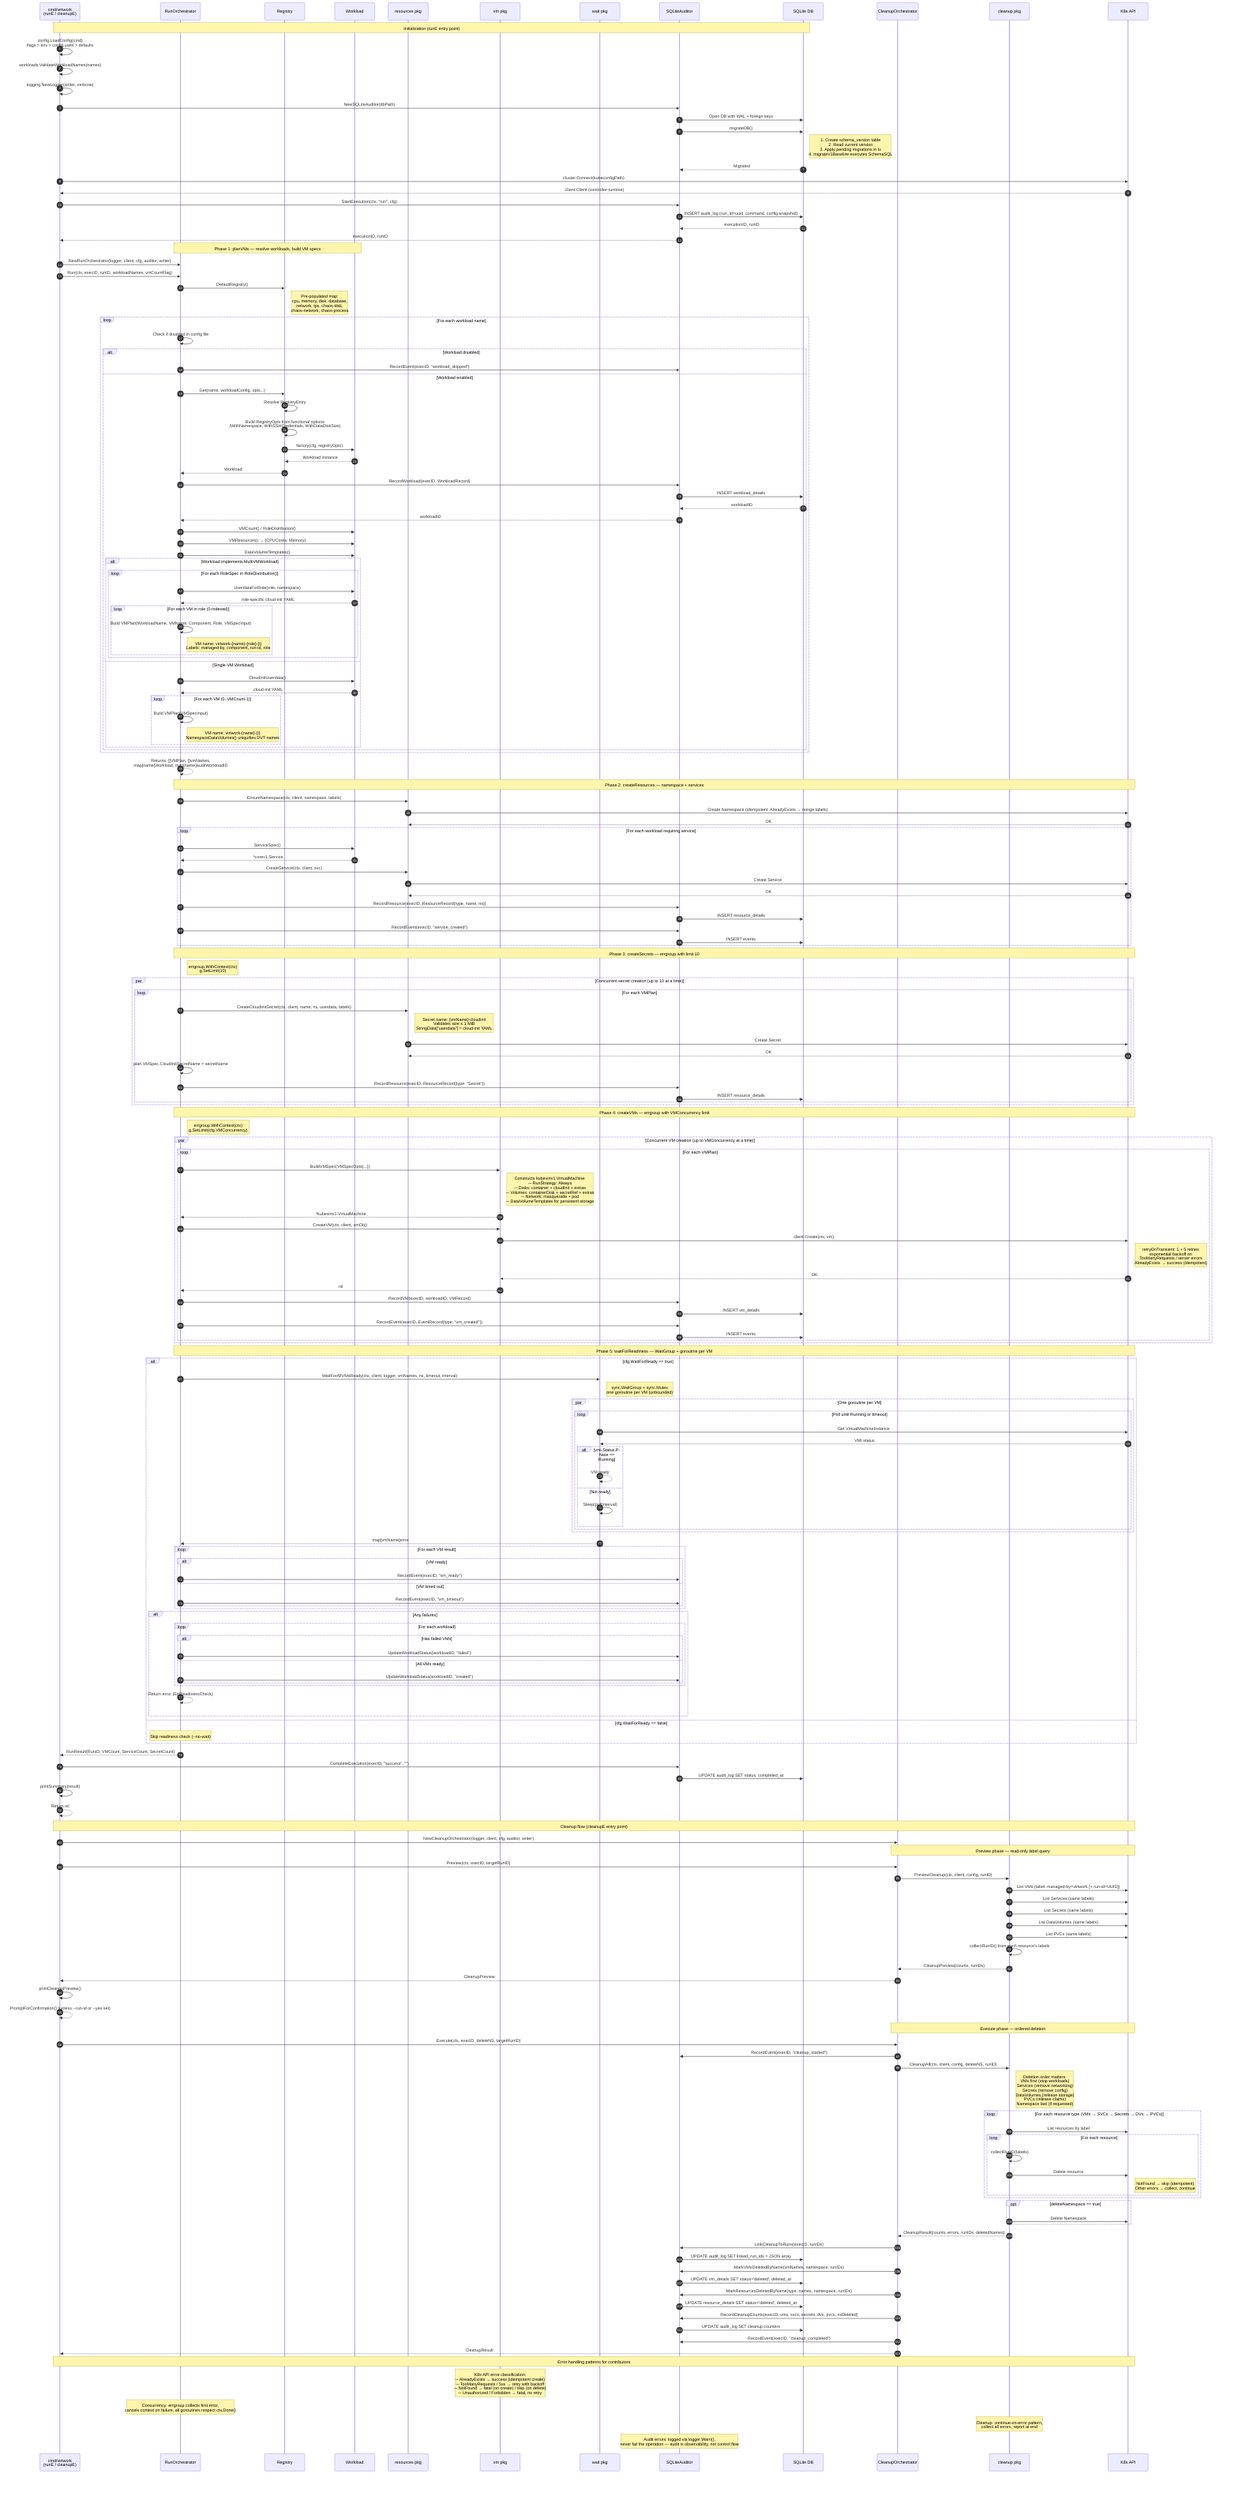
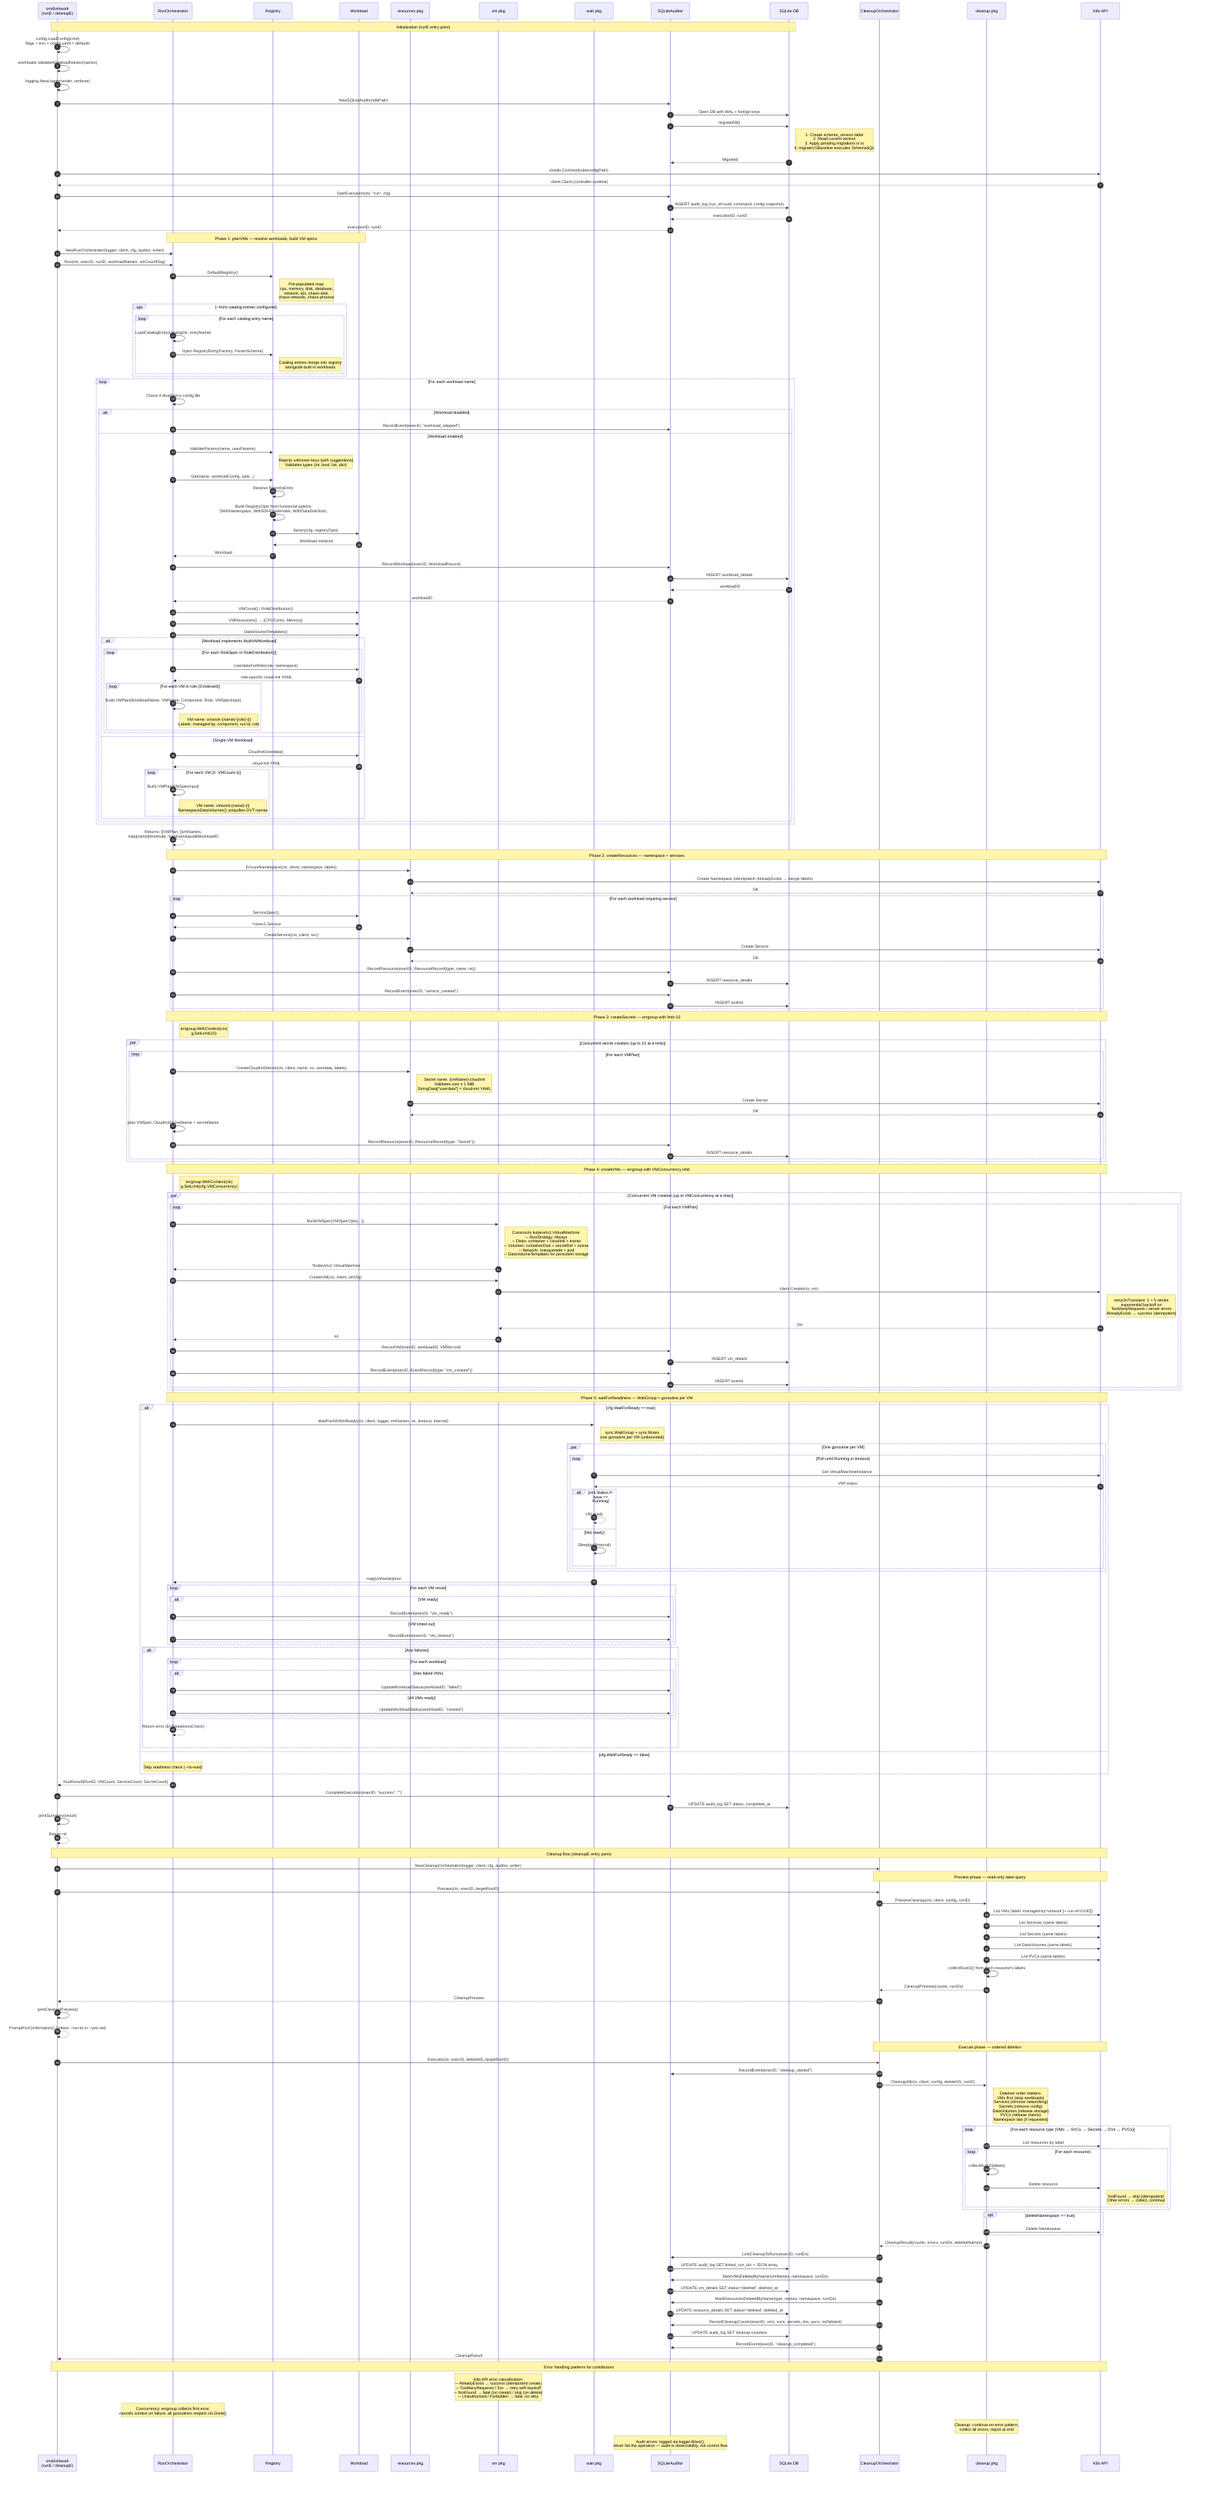
%% Contributor Deep-Dive: internal mechanics, concurrency, audit recording, cleanup
%% Audience: contributors resolving tech debt, fixing bugs, building novel workloads

sequenceDiagram
    autonumber

    participant CLI as cmd/virtwork<br/>(runE / cleanupE)
    participant RO as RunOrchestrator
    participant Reg as Registry
    participant WL as Workload
    participant Res as resources pkg
    participant VM as vm pkg
    participant Wait as wait pkg
    participant Aud as SQLiteAuditor
    participant DB as SQLite DB
    participant CO as CleanupOrchestrator
    participant CL as cleanup pkg
    participant K8s as K8s API

    %% ─── INITIALIZATION ─────────────────────────────────────────

    Note over CLI, DB: Initialization (runE entry point)
    CLI ->> CLI: config.LoadConfig(cmd)<br/>flags > env > config.yaml > defaults
    CLI ->> CLI: workloads.ValidateWorkloadNames(names)
    CLI ->> CLI: logging.NewLogger(writer, verbose)

    CLI ->> Aud: NewSQLiteAuditor(dbPath)
    Aud ->> DB: Open DB with WAL + foreign keys
    Aud ->> DB: migrateDB()
    Note right of DB: 1. Create schema_version table<br/>2. Read current version<br/>3. Apply pending migrations in tx<br/>4. migrateV1Baseline executes SchemaSQL
    DB -->> Aud: Migrated

    CLI ->> K8s: cluster.Connect(kubeconfigPath)
    K8s -->> CLI: client.Client (controller-runtime)

    CLI ->> Aud: StartExecution(ctx, "run", cfg)
    Aud ->> DB: INSERT audit_log (run_id=uuid, command, config snapshot)
    DB -->> Aud: executionID, runID
    Aud -->> CLI: executionID, runID

    %% ─── PLAN VMS ────────────────────────────────────────────────

    Note over RO, WL: Phase 1: planVMs — resolve workloads, build VM specs

    CLI ->> RO: NewRunOrchestrator(logger, client, cfg, auditor, writer)
    CLI ->> RO: Run(ctx, execID, runID, workloadNames, vmCountFlag)
    RO ->> Reg: DefaultRegistry()
    Note right of Reg: Pre-populated map:<br/>cpu, memory, disk, database,<br/>network, tps, chaos-disk,<br/>chaos-network, chaos-process

+     opt --from-catalog entries configured
+         loop For each catalog entry name
+             RO ->> RO: LoadCatalogEntry(catalogDir, entryName)
+             RO ->> Reg: Inject RegistryEntry{Factory, ParamSchema}
+             Note right of Reg: Catalog entries merge into registry<br/>alongside built-in workloads
+         end
+     end
+ 
    loop For each workload name
        RO ->> RO: Check if disabled in config file
        alt Workload disabled
            RO ->> Aud: RecordEvent(execID, "workload_skipped")
        else Workload enabled
+             RO ->> Reg: ValidateParams(name, userParams)
+             Note right of Reg: Rejects unknown keys (with suggestions)<br/>Validates types (int, bool, list, dict)
            RO ->> Reg: Get(name, workloadConfig, opts...)
            Reg ->> Reg: Resolve RegistryEntry
            Reg ->> Reg: Build RegistryOpts from functional options<br/>(WithNamespace, WithSSHCredentials, WithDataDiskSize)
            Reg ->> WL: factory(cfg, registryOpts)
            WL -->> Reg: Workload instance
            Reg -->> RO: Workload

            RO ->> Aud: RecordWorkload(execID, WorkloadRecord)
            Aud ->> DB: INSERT workload_details
            DB -->> Aud: workloadID
            Aud -->> RO: workloadID

            RO ->> WL: VMCount() / RoleDistribution()
            RO ->> WL: VMResources() → {CPUCores, Memory}
            RO ->> WL: DataVolumeTemplates()

            alt Workload implements MultiVMWorkload
                loop For each RoleSpec in RoleDistribution()
                    RO ->> WL: UserdataForRole(role, namespace)
                    WL -->> RO: role-specific cloud-init YAML
                    loop For each VM in role (0-indexed)
                        RO ->> RO: Build VMPlan{WorkloadName, VMName, Component, Role, VMSpecInput}
                        Note right of RO: VM name: virtwork-{name}-{role}-{i}<br/>Labels: managed-by, component, run-id, role
                    end
                end
            else Single-VM Workload
                RO ->> WL: CloudInitUserdata()
                WL -->> RO: cloud-init YAML
                loop For each VM (0..VMCount-1)
                    RO ->> RO: Build VMPlan{VMSpecInput}
                    Note right of RO: VM name: virtwork-{name}-{i}<br/>NamespaceDataVolumes() uniquifies DVT names
                end
            end
        end
    end

    RO -->> RO: Returns: []VMPlan, []vmNames,<br/>map[name]Workload, map[name]auditWorkloadID

    %% ─── CREATE RESOURCES ────────────────────────────────────────

    Note over RO, K8s: Phase 2: createResources — namespace + services
    RO ->> Res: EnsureNamespace(ctx, client, namespace, labels)
    Res ->> K8s: Create Namespace (idempotent: AlreadyExists → merge labels)
    K8s -->> Res: OK

    loop For each workload requiring service
        RO ->> WL: ServiceSpec()
        WL -->> RO: *corev1.Service
        RO ->> Res: CreateService(ctx, client, svc)
        Res ->> K8s: Create Service
        K8s -->> Res: OK
        RO ->> Aud: RecordResource(execID, ResourceRecord{type, name, ns})
        Aud ->> DB: INSERT resource_details
        RO ->> Aud: RecordEvent(execID, "service_created")
        Aud ->> DB: INSERT events
    end

    %% ─── CREATE SECRETS (PARALLEL) ──────────────────────────────

    Note over RO, K8s: Phase 3: createSecrets — errgroup with limit 10
    Note right of RO: errgroup.WithContext(ctx)<br/>g.SetLimit(10)

    par Concurrent secret creation (up to 10 at a time)
        loop For each VMPlan
            RO ->> Res: CreateCloudInitSecret(ctx, client, name, ns, userdata, labels)
            Note right of Res: Secret name: {vmName}-cloudinit<br/>Validates size ≤ 1 MiB<br/>StringData["userdata"] = cloud-init YAML
            Res ->> K8s: Create Secret
            K8s -->> Res: OK
            RO ->> RO: plan.VMSpec.CloudInitSecretName = secretName
            RO ->> Aud: RecordResource(execID, ResourceRecord{type: "Secret"})
            Aud ->> DB: INSERT resource_details
        end
    end

    %% ─── CREATE VMS (PARALLEL) ──────────────────────────────────

    Note over RO, K8s: Phase 4: createVMs — errgroup with VMConcurrency limit
    Note right of RO: errgroup.WithContext(ctx)<br/>g.SetLimit(cfg.VMConcurrency)

    par Concurrent VM creation (up to VMConcurrency at a time)
        loop For each VMPlan
            RO ->> VM: BuildVMSpec(VMSpecOpts{...})
            Note right of VM: Constructs kubevirtv1.VirtualMachine:<br/>─ RunStrategy: Always<br/>─ Disks: container + cloudInit + extras<br/>─ Volumes: containerDisk + secretRef + extras<br/>─ Network: masquerade + pod<br/>─ DataVolumeTemplates for persistent storage
            VM -->> RO: *kubevirtv1.VirtualMachine

            RO ->> VM: CreateVM(ctx, client, vmObj)
            VM ->> K8s: client.Create(ctx, vm)
            Note right of K8s: retryOnTransient: 1 + 5 retries<br/>exponential backoff on<br/>TooManyRequests / server errors<br/>AlreadyExists → success (idempotent)
            K8s -->> VM: OK
            VM -->> RO: nil

            RO ->> Aud: RecordVM(execID, workloadID, VMRecord)
            Aud ->> DB: INSERT vm_details
            RO ->> Aud: RecordEvent(execID, EventRecord{type: "vm_created"})
            Aud ->> DB: INSERT events
        end
    end

    %% ─── WAIT FOR READINESS (PARALLEL) ──────────────────────────

    Note over RO, K8s: Phase 5: waitForReadiness — WaitGroup + goroutine per VM
    alt cfg.WaitForReady == true
        RO ->> Wait: WaitForAllVMsReady(ctx, client, logger, vmNames, ns, timeout, interval)

        Note right of Wait: sync.WaitGroup + sync.Mutex<br/>one goroutine per VM (unbounded)

        par One goroutine per VM
            loop Poll until Running or timeout
                Wait ->> K8s: Get VirtualMachineInstance
                K8s -->> Wait: VMI status
                alt vmi.Status.Phase == Running
                    Wait -->> Wait: VM ready
                else Not ready
                    Wait ->> Wait: Sleep(pollInterval)
                end
            end
        end

        Wait -->> RO: map[vmName]error

        loop For each VM result
            alt VM ready
                RO ->> Aud: RecordEvent(execID, "vm_ready")
            else VM timed out
                RO ->> Aud: RecordEvent(execID, "vm_timeout")
            end
        end

        alt Any failures
            loop For each workload
                alt Has failed VMs
                    RO ->> Aud: UpdateWorkloadStatus(workloadID, "failed")
                else All VMs ready
                    RO ->> Aud: UpdateWorkloadStatus(workloadID, "created")
                end
            end
            RO -->> RO: Return error (ErrReadinessCheck)
        end
    else cfg.WaitForReady == false
        Note over RO: Skip readiness check (--no-wait)
    end

    %% ─── COMPLETION ─────────────────────────────────────────────

    RO -->> CLI: RunResult{RunID, VMCount, ServiceCount, SecretCount}
    CLI ->> Aud: CompleteExecution(execID, "success", "")
    Aud ->> DB: UPDATE audit_log SET status, completed_at
    CLI ->> CLI: printSummary(result)
    CLI -->> CLI: Return nil

    %% ═══ CLEANUP DEEP-DIVE ══════════════════════════════════════

    Note over CLI, K8s: Cleanup flow (cleanupE entry point)
    CLI ->> CO: NewCleanupOrchestrator(logger, client, cfg, auditor, writer)

    Note over CO, K8s: Preview phase — read-only label query
    CLI ->> CO: Preview(ctx, execID, targetRunID)
    CO ->> CL: PreviewCleanup(ctx, client, config, runID)
    CL ->> K8s: List VMs (label: managed-by=virtwork [+ run-id=UUID])
    CL ->> K8s: List Services (same labels)
    CL ->> K8s: List Secrets (same labels)
    CL ->> K8s: List DataVolumes (same labels)
    CL ->> K8s: List PVCs (same labels)
    CL ->> CL: collectRunID() from each resource's labels
    CL -->> CO: CleanupPreview{counts, runIDs}
    CO -->> CLI: CleanupPreview

    CLI ->> CLI: printCleanupPreview()
    CLI -->> CLI: PromptForConfirmation() (unless --run-id or --yes set)

    Note over CO, K8s: Execute phase — ordered deletion
    CLI ->> CO: Execute(ctx, execID, deleteNS, targetRunID)
    CO ->> Aud: RecordEvent(execID, "cleanup_started")

    CO ->> CL: CleanupAll(ctx, client, config, deleteNS, runID)

    Note right of CL: Deletion order matters:<br/>VMs first (stop workloads)<br/>Services (remove networking)<br/>Secrets (remove config)<br/>DataVolumes (release storage)<br/>PVCs (release claims)<br/>Namespace last (if requested)

    loop For each resource type (VMs → SVCs → Secrets → DVs → PVCs)
        CL ->> K8s: List resources by label
        loop For each resource
            CL ->> CL: collectRunID(labels)
            CL ->> K8s: Delete resource
            Note right of K8s: NotFound → skip (idempotent)<br/>Other errors → collect, continue
        end
    end

    opt deleteNamespace == true
        CL ->> K8s: Delete Namespace
    end

    CL -->> CO: CleanupResult{counts, errors, runIDs, deletedNames}
    CO ->> Aud: LinkCleanupToRuns(execID, runIDs)
    Aud ->> DB: UPDATE audit_log SET linked_run_ids = JSON array
    CO ->> Aud: MarkVMsDeletedByName(vmNames, namespace, runIDs)
    Aud ->> DB: UPDATE vm_details SET status='deleted', deleted_at
    CO ->> Aud: MarkResourcesDeletedByName(type, names, namespace, runIDs)
    Aud ->> DB: UPDATE resource_details SET status='deleted', deleted_at
    CO ->> Aud: RecordCleanupCounts(execID, vms, svcs, secrets, dvs, pvcs, nsDeleted)
    Aud ->> DB: UPDATE audit_log SET cleanup counters
    CO ->> Aud: RecordEvent(execID, "cleanup_completed")
    CO -->> CLI: CleanupResult

    %% ─── ERROR HANDLING PATTERNS ────────────────────────────────

    Note over CLI, K8s: Error handling patterns for contributors
    Note over VM: K8s API error classification:<br/>─ AlreadyExists → success (idempotent create)<br/>─ TooManyRequests / 5xx → retry with backoff<br/>─ NotFound → fatal (on create) / skip (on delete)<br/>─ Unauthorized / Forbidden → fatal, no retry
    Note over RO: Concurrency: errgroup collects first error,<br/>cancels context on failure, all goroutines respect ctx.Done()
    Note over CL: Cleanup: continue-on-error pattern,<br/>collect all errors, report at end
    Note over Aud: Audit errors: logged via logger.Warn(),<br/>never fail the operation — audit is observability, not control flow
